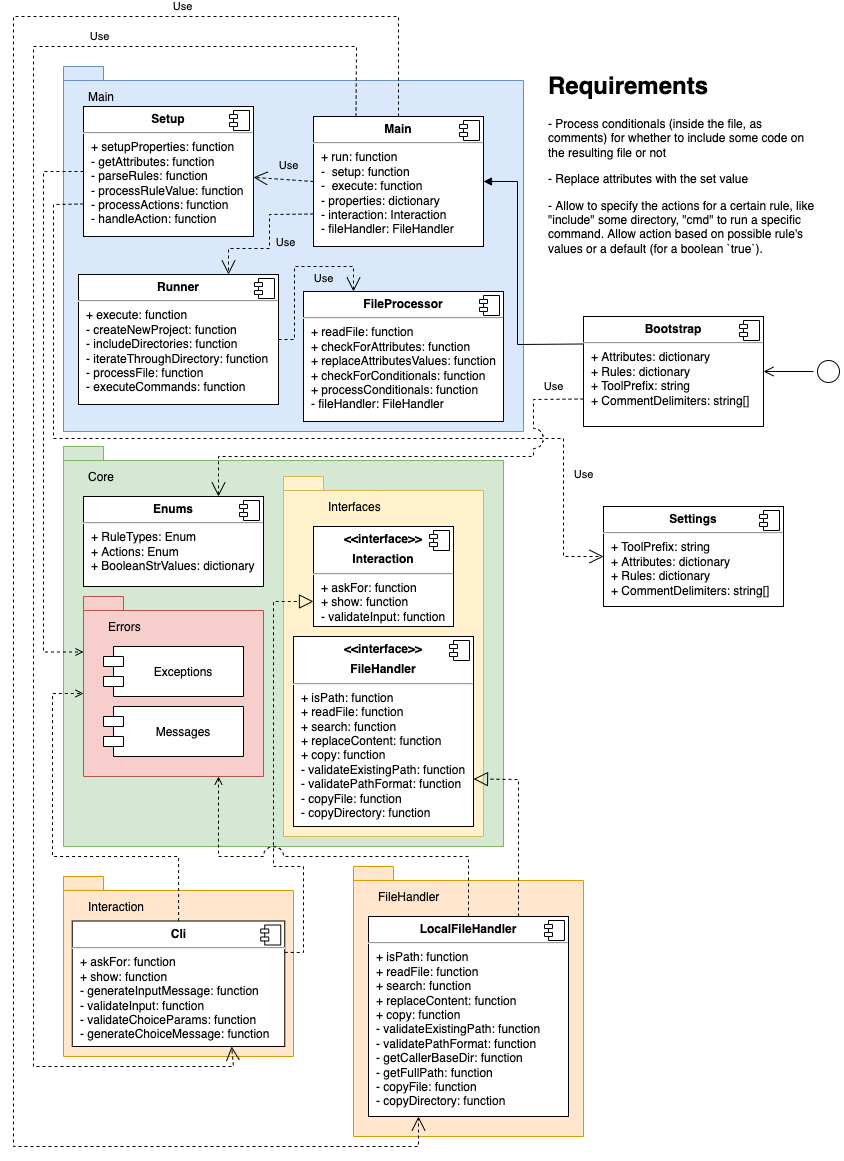
Above: docs/assets/structure-diagram.png in vinibs/cakeslicer (draw.io), before the change. Source tidied: cells renumbered, new cells last; positions are measured from the earlier drawing's top-left corner, leaving out a move shared by most shapes.
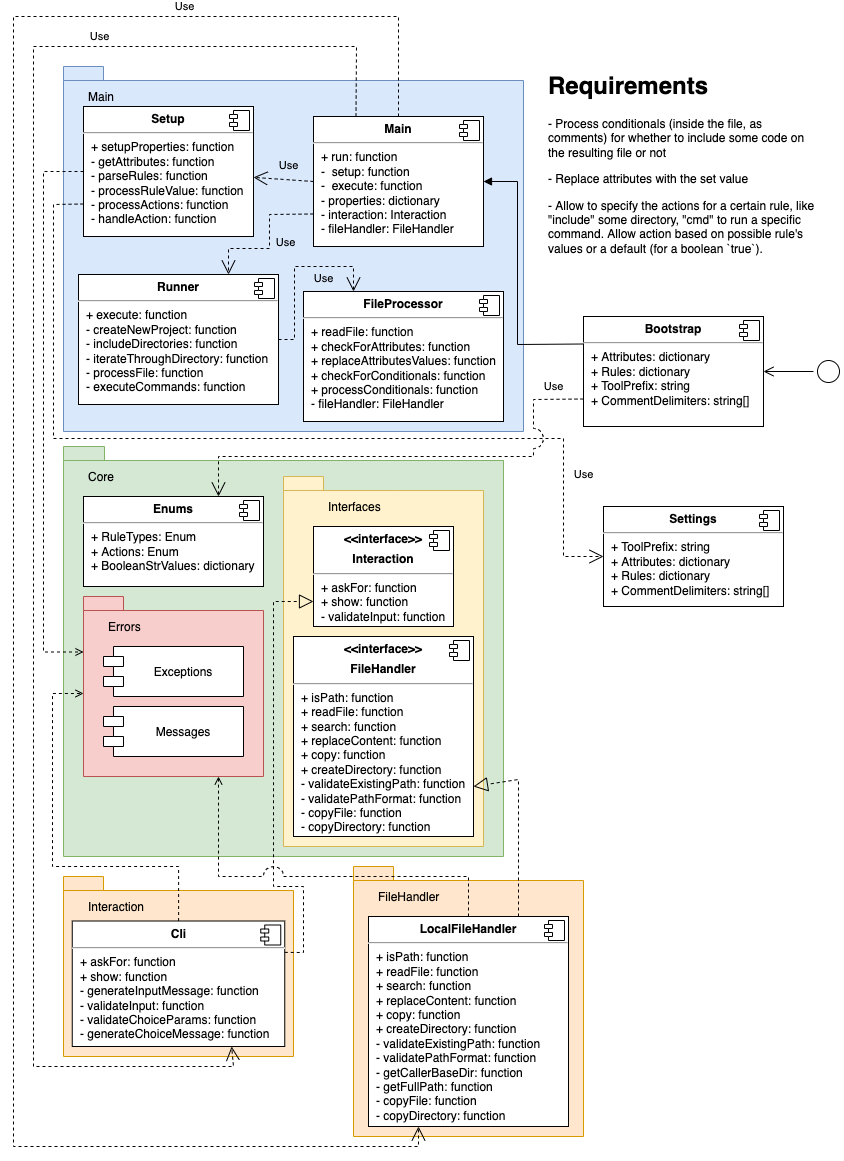
The same diagram one commit later.

Commit message:
WIP: create directory file handler function

The edit, as a diff of the source:
```diff
@@ -6,7 +6,7 @@
       <mxGeometry x="50" y="860" width="230" height="180" as="geometry" />
     </mxCell>
     <mxCell id="3" style="shape=folder;fontStyle=1;spacingTop=10;tabWidth=40;tabHeight=14;tabPosition=left;html=1;fillColor=#d5e8d4;strokeColor=#82b366;" parent="1" vertex="1">
-      <mxGeometry x="50" y="430" width="440" height="400" as="geometry" />
+      <mxGeometry x="50" y="430" width="440" height="410" as="geometry" />
     </mxCell>
     <mxCell id="4" style="shape=folder;fontStyle=1;spacingTop=10;tabWidth=40;tabHeight=14;tabPosition=left;html=1;fillColor=#dae8fc;strokeColor=#6c8ebf;" parent="1" vertex="1">
       <mxGeometry x="50" y="50" width="460" height="365" as="geometry" />
@@ -63,7 +63,7 @@
       </mxGeometry>
     </mxCell>
     <mxCell id="17" style="shape=folder;fontStyle=1;spacingTop=10;tabWidth=40;tabHeight=14;tabPosition=left;html=1;fillColor=#fff2cc;strokeColor=#d6b656;" parent="1" vertex="1">
-      <mxGeometry x="270" y="460" width="200" height="360" as="geometry" />
+      <mxGeometry x="270" y="460" width="200" height="370" as="geometry" />
     </mxCell>
     <mxCell id="18" value="&lt;p style=&quot;margin: 0px ; margin-top: 6px ; text-align: center&quot;&gt;&lt;b&gt;&amp;lt;&amp;lt;interface&amp;gt;&amp;gt;&lt;/b&gt;&lt;/p&gt;&lt;p style=&quot;margin: 0px ; margin-top: 6px ; text-align: center&quot;&gt;&lt;b&gt;Interaction&lt;/b&gt;&lt;/p&gt;&lt;hr&gt;&lt;p style=&quot;margin: 0px ; margin-left: 8px&quot;&gt;+ askFor: function&lt;/p&gt;&lt;p style=&quot;margin: 0px ; margin-left: 8px&quot;&gt;+ show: function&lt;/p&gt;&lt;p style=&quot;margin: 0px ; margin-left: 8px&quot;&gt;- validateInput: function&lt;br&gt;&lt;/p&gt;" style="align=left;overflow=fill;html=1;" parent="1" vertex="1">
       <mxGeometry x="300" y="510" width="140" height="100" as="geometry" />
@@ -76,8 +76,8 @@
     <mxCell id="20" style="edgeStyle=orthogonalEdgeStyle;rounded=0;jettySize=auto;html=1;entryX=0;entryY=0;entryDx=0;entryDy=97;entryPerimeter=0;endArrow=open;endFill=0;dashed=1;" parent="1" edge="1" source="21" target="50">
       <mxGeometry relative="1" as="geometry">
         <Array as="points">
-          <mxPoint x="165" y="840" />
-          <mxPoint x="39" y="840" />
+          <mxPoint x="165" y="850" />
+          <mxPoint x="39" y="850" />
           <mxPoint x="39" y="677" />
         </Array>
       </mxGeometry>
@@ -106,14 +106,14 @@
       <mxGeometry relative="1" as="geometry">
         <Array as="points">
           <mxPoint x="290" y="936" />
-          <mxPoint x="290" y="850" />
-          <mxPoint x="260" y="850" />
+          <mxPoint x="290" y="870" />
+          <mxPoint x="260" y="870" />
           <mxPoint x="260" y="585" />
         </Array>
       </mxGeometry>
     </mxCell>
-    <mxCell id="28" value="&lt;p style=&quot;margin: 0px ; margin-top: 6px ; text-align: center&quot;&gt;&lt;b&gt;&amp;lt;&amp;lt;interface&amp;gt;&amp;gt;&lt;/b&gt;&lt;/p&gt;&lt;p style=&quot;margin: 0px ; margin-top: 6px ; text-align: center&quot;&gt;&lt;b&gt;FileHandler&lt;/b&gt;&lt;/p&gt;&lt;hr&gt;&lt;p style=&quot;margin: 0px 0px 0px 8px;&quot;&gt;+ isPath: function&lt;/p&gt;&lt;p style=&quot;margin: 0px ; margin-left: 8px&quot;&gt;+ readFile: function&lt;br&gt;+ search: function&lt;/p&gt;&lt;p style=&quot;margin: 0px ; margin-left: 8px&quot;&gt;+ replaceContent: function&lt;/p&gt;&lt;p style=&quot;margin: 0px ; margin-left: 8px&quot;&gt;&lt;span style=&quot;background-color: initial;&quot;&gt;+ copy: function&lt;/span&gt;&lt;/p&gt;&lt;p style=&quot;margin: 0px 0px 0px 8px;&quot;&gt;- validateExistingPath: function&lt;/p&gt;&lt;p style=&quot;margin: 0px 0px 0px 8px;&quot;&gt;- validatePathFormat: function&lt;/p&gt;&lt;p style=&quot;margin: 0px 0px 0px 8px;&quot;&gt;- copyFile: function&lt;/p&gt;&lt;p style=&quot;margin: 0px 0px 0px 8px;&quot;&gt;- copyDirectory: function&lt;/p&gt;" style="align=left;overflow=fill;html=1;" parent="1" vertex="1">
-      <mxGeometry x="280" y="620" width="180" height="190" as="geometry" />
+    <mxCell id="28" value="&lt;p style=&quot;margin: 0px ; margin-top: 6px ; text-align: center&quot;&gt;&lt;b&gt;&amp;lt;&amp;lt;interface&amp;gt;&amp;gt;&lt;/b&gt;&lt;/p&gt;&lt;p style=&quot;margin: 0px ; margin-top: 6px ; text-align: center&quot;&gt;&lt;b&gt;FileHandler&lt;/b&gt;&lt;/p&gt;&lt;hr&gt;&lt;p style=&quot;margin: 0px 0px 0px 8px;&quot;&gt;+ isPath: function&lt;/p&gt;&lt;p style=&quot;margin: 0px ; margin-left: 8px&quot;&gt;+ readFile: function&lt;br&gt;+ search: function&lt;/p&gt;&lt;p style=&quot;margin: 0px ; margin-left: 8px&quot;&gt;+ replaceContent: function&lt;/p&gt;&lt;p style=&quot;margin: 0px ; margin-left: 8px&quot;&gt;&lt;span style=&quot;background-color: initial;&quot;&gt;+ copy: function&lt;/span&gt;&lt;/p&gt;&lt;p style=&quot;margin: 0px ; margin-left: 8px&quot;&gt;&lt;span style=&quot;background-color: initial;&quot;&gt;+ createDirectory: function&lt;/span&gt;&lt;/p&gt;&lt;p style=&quot;margin: 0px 0px 0px 8px;&quot;&gt;- validateExistingPath: function&lt;/p&gt;&lt;p style=&quot;margin: 0px 0px 0px 8px;&quot;&gt;- validatePathFormat: function&lt;/p&gt;&lt;p style=&quot;margin: 0px 0px 0px 8px;&quot;&gt;- copyFile: function&lt;/p&gt;&lt;p style=&quot;margin: 0px 0px 0px 8px;&quot;&gt;- copyDirectory: function&lt;/p&gt;" style="align=left;overflow=fill;html=1;" parent="1" vertex="1">
+      <mxGeometry x="280" y="620" width="180" height="200" as="geometry" />
     </mxCell>
     <mxCell id="29" style="shape=component;jettyWidth=8;jettyHeight=4;" parent="28" vertex="1">
       <mxGeometry x="1" width="20" height="20" relative="1" as="geometry">
@@ -129,13 +129,13 @@
     <mxCell id="32" style="edgeStyle=orthogonalEdgeStyle;rounded=0;jettySize=auto;html=1;entryX=0.75;entryY=1;entryDx=0;entryDy=0;entryPerimeter=0;dashed=1;endArrow=open;endFill=0;jumpStyle=arc;jumpSize=20;" parent="1" edge="1" source="33" target="50">
       <mxGeometry relative="1" as="geometry">
         <Array as="points">
-          <mxPoint x="455" y="840" />
-          <mxPoint x="205" y="840" />
+          <mxPoint x="455" y="860" />
+          <mxPoint x="205" y="860" />
         </Array>
       </mxGeometry>
     </mxCell>
-    <mxCell id="33" value="&lt;p style=&quot;margin: 0px ; margin-top: 6px ; text-align: center&quot;&gt;&lt;b&gt;LocalFileHandler&lt;/b&gt;&lt;/p&gt;&lt;hr&gt;&lt;p style=&quot;margin: 0px ; margin-left: 8px&quot;&gt;+ isPath: function&lt;br&gt;&lt;/p&gt;&lt;p style=&quot;margin: 0px ; margin-left: 8px&quot;&gt;+ readFile: function&lt;br&gt;+ search: function&lt;/p&gt;&lt;p style=&quot;margin: 0px ; margin-left: 8px&quot;&gt;+ replaceContent: function&lt;/p&gt;&lt;p style=&quot;margin: 0px 0px 0px 8px;&quot;&gt;+ copy: function&lt;/p&gt;&lt;p style=&quot;margin: 0px 0px 0px 8px;&quot;&gt;- validateExistingPath: function&lt;/p&gt;&lt;p style=&quot;margin: 0px 0px 0px 8px;&quot;&gt;- validatePathFormat: function&lt;/p&gt;&lt;p style=&quot;margin: 0px 0px 0px 8px;&quot;&gt;- getCallerBaseDir: function&lt;/p&gt;&lt;p style=&quot;margin: 0px 0px 0px 8px;&quot;&gt;- getFullPath: function&lt;/p&gt;&lt;p style=&quot;margin: 0px 0px 0px 8px;&quot;&gt;- copyFile: function&lt;/p&gt;&lt;p style=&quot;margin: 0px 0px 0px 8px;&quot;&gt;- copyDirectory: function&lt;/p&gt;" style="align=left;overflow=fill;html=1;" parent="1" vertex="1">
-      <mxGeometry x="355" y="900" width="200" height="200" as="geometry" />
+    <mxCell id="33" value="&lt;p style=&quot;margin: 0px ; margin-top: 6px ; text-align: center&quot;&gt;&lt;b&gt;LocalFileHandler&lt;/b&gt;&lt;/p&gt;&lt;hr&gt;&lt;p style=&quot;margin: 0px ; margin-left: 8px&quot;&gt;+ isPath: function&lt;br&gt;&lt;/p&gt;&lt;p style=&quot;margin: 0px ; margin-left: 8px&quot;&gt;+ readFile: function&lt;br&gt;+ search: function&lt;/p&gt;&lt;p style=&quot;margin: 0px ; margin-left: 8px&quot;&gt;+ replaceContent: function&lt;/p&gt;&lt;p style=&quot;margin: 0px 0px 0px 8px;&quot;&gt;+ copy: function&lt;/p&gt;&lt;p style=&quot;margin: 0px 0px 0px 8px;&quot;&gt;+ createDirectory: function&lt;/p&gt;&lt;p style=&quot;margin: 0px 0px 0px 8px;&quot;&gt;- validateExistingPath: function&lt;/p&gt;&lt;p style=&quot;margin: 0px 0px 0px 8px;&quot;&gt;- validatePathFormat: function&lt;/p&gt;&lt;p style=&quot;margin: 0px 0px 0px 8px;&quot;&gt;- getCallerBaseDir: function&lt;/p&gt;&lt;p style=&quot;margin: 0px 0px 0px 8px;&quot;&gt;- getFullPath: function&lt;/p&gt;&lt;p style=&quot;margin: 0px 0px 0px 8px;&quot;&gt;- copyFile: function&lt;/p&gt;&lt;p style=&quot;margin: 0px 0px 0px 8px;&quot;&gt;- copyDirectory: function&lt;/p&gt;" style="align=left;overflow=fill;html=1;" parent="1" vertex="1">
+      <mxGeometry x="355" y="900" width="200" height="210" as="geometry" />
     </mxCell>
     <mxCell id="34" style="shape=component;jettyWidth=8;jettyHeight=4;" parent="33" vertex="1">
       <mxGeometry x="1" width="20" height="20" relative="1" as="geometry">
```
